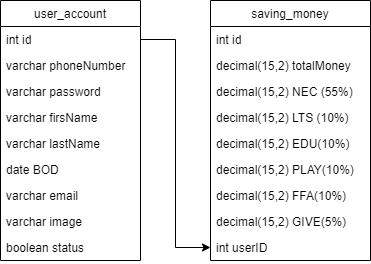
Above: saving_book_classDiagram.png in kenduog/saving_book (draw.io), before the change. Source tidied: cells renumbered, new cells last; positions are measured from the earlier drawing's top-left corner, leaving out a move shared by most shapes.
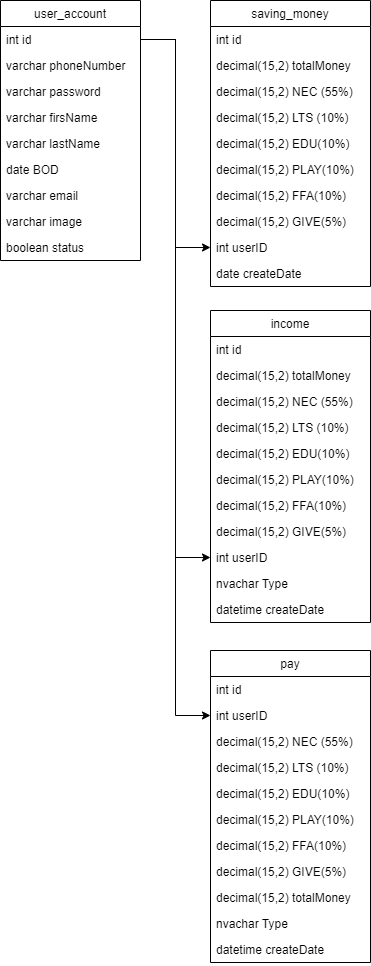
Later version of the same file.

What changed in the source:
```diff
@@ -33,7 +33,7 @@
       <mxGeometry y="234" width="140" height="26" as="geometry" />
     </mxCell>
     <mxCell id="12" value="saving_money" style="swimlane;fontStyle=0;horizontal=1;startSize=26;fillColor=none;" parent="1" vertex="1">
-      <mxGeometry x="210" width="160" height="260" as="geometry" />
+      <mxGeometry x="210" width="160" height="286" as="geometry" />
     </mxCell>
     <mxCell id="13" value="int id" style="text;strokeColor=none;fillColor=none;align=left;verticalAlign=top;spacingLeft=4;spacingRight=4;overflow=hidden;" parent="12" vertex="1">
       <mxGeometry y="26" width="160" height="26" as="geometry" />
@@ -62,8 +62,89 @@
     <mxCell id="21" value="int userID" style="text;strokeColor=none;fillColor=none;align=left;verticalAlign=top;spacingLeft=4;spacingRight=4;overflow=hidden;points=[[0,0.5],[1,0.5]];portConstraint=eastwest;" parent="12" vertex="1">
       <mxGeometry y="234" width="160" height="26" as="geometry" />
     </mxCell>
+    <mxCell id="23" value="date createDate" style="text;strokeColor=none;fillColor=none;align=left;verticalAlign=top;spacingLeft=4;spacingRight=4;overflow=hidden;" parent="12" vertex="1">
+      <mxGeometry y="260" width="160" height="26" as="geometry" />
+    </mxCell>
     <mxCell id="22" style="edgeStyle=orthogonalEdgeStyle;rounded=0;jettySize=auto;html=1;exitX=1;exitY=0.5;exitDx=0;exitDy=0;" parent="1" edge="1" source="3" target="21">
       <mxGeometry relative="1" as="geometry" />
     </mxCell>
+    <mxCell id="24" value="pay" style="swimlane;fontStyle=0;horizontal=1;startSize=26;fillColor=none;" parent="1" vertex="1">
+      <mxGeometry x="210" y="650" width="160" height="312" as="geometry" />
+    </mxCell>
+    <mxCell id="25" value="int id" style="text;strokeColor=none;fillColor=none;align=left;verticalAlign=top;spacingLeft=4;spacingRight=4;overflow=hidden;" parent="24" vertex="1">
+      <mxGeometry y="26" width="160" height="26" as="geometry" />
+    </mxCell>
+    <mxCell id="26" value="int userID" style="text;strokeColor=none;fillColor=none;align=left;verticalAlign=top;spacingLeft=4;spacingRight=4;overflow=hidden;points=[[0,0.5],[1,0.5]];portConstraint=eastwest;" parent="24" vertex="1">
+      <mxGeometry y="52" width="160" height="26" as="geometry" />
+    </mxCell>
+    <mxCell id="27" value="decimal(15,2) NEC (55%) " style="text;strokeColor=none;fillColor=none;align=left;verticalAlign=top;spacingLeft=4;spacingRight=4;overflow=hidden;" parent="24" vertex="1">
+      <mxGeometry y="78" width="160" height="26" as="geometry" />
+    </mxCell>
+    <mxCell id="28" value="decimal(15,2) LTS (10%)" style="text;strokeColor=none;fillColor=none;align=left;verticalAlign=top;spacingLeft=4;spacingRight=4;overflow=hidden;" parent="24" vertex="1">
+      <mxGeometry y="104" width="160" height="26" as="geometry" />
+    </mxCell>
+    <mxCell id="29" value="decimal(15,2) EDU(10%)" style="text;strokeColor=none;fillColor=none;align=left;verticalAlign=top;spacingLeft=4;spacingRight=4;overflow=hidden;" parent="24" vertex="1">
+      <mxGeometry y="130" width="160" height="26" as="geometry" />
+    </mxCell>
+    <mxCell id="30" value="decimal(15,2) PLAY(10%)" style="text;strokeColor=none;fillColor=none;align=left;verticalAlign=top;spacingLeft=4;spacingRight=4;overflow=hidden;" parent="24" vertex="1">
+      <mxGeometry y="156" width="160" height="26" as="geometry" />
+    </mxCell>
+    <mxCell id="31" value="decimal(15,2) FFA(10%)" style="text;strokeColor=none;fillColor=none;align=left;verticalAlign=top;spacingLeft=4;spacingRight=4;overflow=hidden;" parent="24" vertex="1">
+      <mxGeometry y="182" width="160" height="26" as="geometry" />
+    </mxCell>
+    <mxCell id="32" value="decimal(15,2) GIVE(5%)" style="text;strokeColor=none;fillColor=none;align=left;verticalAlign=top;spacingLeft=4;spacingRight=4;overflow=hidden;" parent="24" vertex="1">
+      <mxGeometry y="208" width="160" height="26" as="geometry" />
+    </mxCell>
+    <mxCell id="33" value="decimal(15,2) totalMoney" style="text;strokeColor=none;fillColor=none;align=left;verticalAlign=top;spacingLeft=4;spacingRight=4;overflow=hidden;" parent="24" vertex="1">
+      <mxGeometry y="234" width="160" height="26" as="geometry" />
+    </mxCell>
+    <mxCell id="34" value="nvachar Type" style="text;strokeColor=none;fillColor=none;align=left;verticalAlign=top;spacingLeft=4;spacingRight=4;overflow=hidden;" parent="24" vertex="1">
+      <mxGeometry y="260" width="160" height="26" as="geometry" />
+    </mxCell>
+    <mxCell id="35" value="datetime createDate" style="text;strokeColor=none;fillColor=none;align=left;verticalAlign=top;spacingLeft=4;spacingRight=4;overflow=hidden;" parent="24" vertex="1">
+      <mxGeometry y="286" width="160" height="26" as="geometry" />
+    </mxCell>
+    <mxCell id="36" style="edgeStyle=orthogonalEdgeStyle;rounded=0;jettySize=auto;html=1;exitX=1;exitY=0.5;exitDx=0;exitDy=0;entryX=0;entryY=0.5;entryDx=0;entryDy=0;" parent="1" edge="1" source="3" target="26">
+      <mxGeometry relative="1" as="geometry" />
+    </mxCell>
+    <mxCell id="37" value="income" style="swimlane;fontStyle=0;horizontal=1;startSize=26;fillColor=none;" parent="1" vertex="1">
+      <mxGeometry x="210" y="310" width="160" height="312" as="geometry" />
+    </mxCell>
+    <mxCell id="38" value="int id" style="text;strokeColor=none;fillColor=none;align=left;verticalAlign=top;spacingLeft=4;spacingRight=4;overflow=hidden;" parent="37" vertex="1">
+      <mxGeometry y="26" width="160" height="26" as="geometry" />
+    </mxCell>
+    <mxCell id="39" value="decimal(15,2) totalMoney" style="text;strokeColor=none;fillColor=none;align=left;verticalAlign=top;spacingLeft=4;spacingRight=4;overflow=hidden;" parent="37" vertex="1">
+      <mxGeometry y="52" width="160" height="26" as="geometry" />
+    </mxCell>
+    <mxCell id="40" value="decimal(15,2) NEC (55%) " style="text;strokeColor=none;fillColor=none;align=left;verticalAlign=top;spacingLeft=4;spacingRight=4;overflow=hidden;" parent="37" vertex="1">
+      <mxGeometry y="78" width="160" height="26" as="geometry" />
+    </mxCell>
+    <mxCell id="41" value="decimal(15,2) LTS (10%)" style="text;strokeColor=none;fillColor=none;align=left;verticalAlign=top;spacingLeft=4;spacingRight=4;overflow=hidden;" parent="37" vertex="1">
+      <mxGeometry y="104" width="160" height="26" as="geometry" />
+    </mxCell>
+    <mxCell id="42" value="decimal(15,2) EDU(10%)" style="text;strokeColor=none;fillColor=none;align=left;verticalAlign=top;spacingLeft=4;spacingRight=4;overflow=hidden;" parent="37" vertex="1">
+      <mxGeometry y="130" width="160" height="26" as="geometry" />
+    </mxCell>
+    <mxCell id="43" value="decimal(15,2) PLAY(10%)" style="text;strokeColor=none;fillColor=none;align=left;verticalAlign=top;spacingLeft=4;spacingRight=4;overflow=hidden;" parent="37" vertex="1">
+      <mxGeometry y="156" width="160" height="26" as="geometry" />
+    </mxCell>
+    <mxCell id="44" value="decimal(15,2) FFA(10%)" style="text;strokeColor=none;fillColor=none;align=left;verticalAlign=top;spacingLeft=4;spacingRight=4;overflow=hidden;" parent="37" vertex="1">
+      <mxGeometry y="182" width="160" height="26" as="geometry" />
+    </mxCell>
+    <mxCell id="45" value="decimal(15,2) GIVE(5%)" style="text;strokeColor=none;fillColor=none;align=left;verticalAlign=top;spacingLeft=4;spacingRight=4;overflow=hidden;" parent="37" vertex="1">
+      <mxGeometry y="208" width="160" height="26" as="geometry" />
+    </mxCell>
+    <mxCell id="46" value="int userID" style="text;strokeColor=none;fillColor=none;align=left;verticalAlign=top;spacingLeft=4;spacingRight=4;overflow=hidden;points=[[0,0.5],[1,0.5]];portConstraint=eastwest;" parent="37" vertex="1">
+      <mxGeometry y="234" width="160" height="26" as="geometry" />
+    </mxCell>
+    <mxCell id="47" value="nvachar Type" style="text;strokeColor=none;fillColor=none;align=left;verticalAlign=top;spacingLeft=4;spacingRight=4;overflow=hidden;" parent="37" vertex="1">
+      <mxGeometry y="260" width="160" height="26" as="geometry" />
+    </mxCell>
+    <mxCell id="48" value="datetime createDate" style="text;strokeColor=none;fillColor=none;align=left;verticalAlign=top;spacingLeft=4;spacingRight=4;overflow=hidden;" parent="37" vertex="1">
+      <mxGeometry y="286" width="160" height="26" as="geometry" />
+    </mxCell>
+    <mxCell id="49" style="edgeStyle=orthogonalEdgeStyle;rounded=0;jettySize=auto;html=1;exitX=1;exitY=0.5;exitDx=0;exitDy=0;entryX=0;entryY=0.5;entryDx=0;entryDy=0;" parent="1" edge="1" source="3" target="46">
+      <mxGeometry relative="1" as="geometry" />
+    </mxCell>
   </root>
 </mxGraphModel>
```
